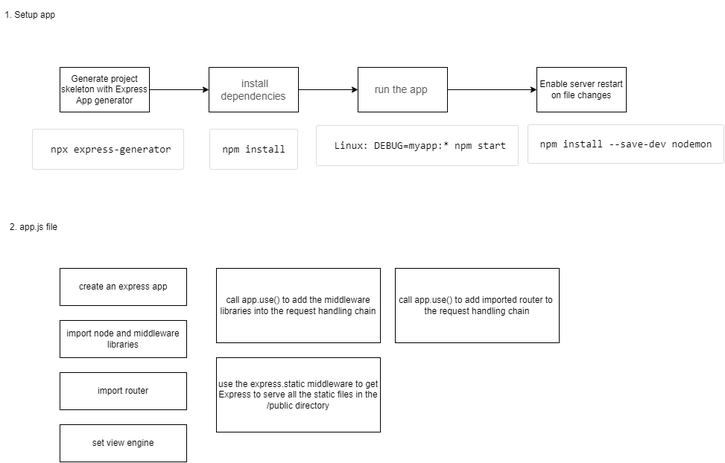
This is Setup.png from f2xiao/express_library, a draw.io export, as it was before one commit. Source tidied: cells renumbered, new cells last; positions are measured from the earlier drawing's top-left corner, leaving out a move shared by most shapes.
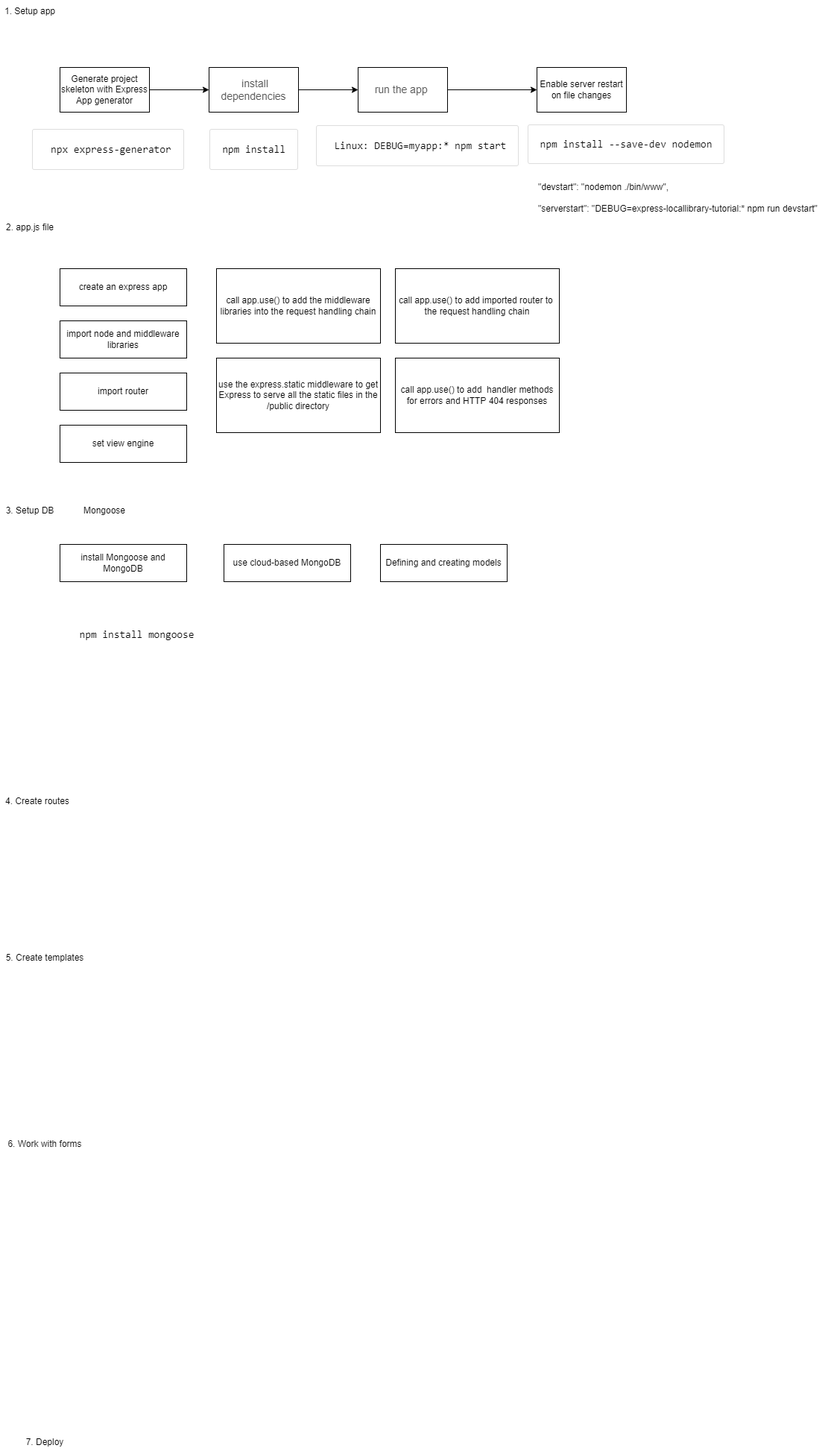
The same file after the commit.

Change to the diagram source:
```diff
@@ -30,7 +30,7 @@
       <mxGeometry x="440" y="180" width="240" height="30" as="geometry" />
     </mxCell>
     <mxCell id="11" value="1. Setup app" style="text;html=1;strokeColor=none;fillColor=none;align=center;verticalAlign=middle;whiteSpace=wrap;rounded=0;" parent="1" vertex="1">
-      <mxGeometry width="80" height="40" as="geometry" />
+      <mxGeometry width="80" height="30" as="geometry" />
     </mxCell>
     <mxCell id="12" value="Enable server restart on file changes" style="whiteSpace=wrap;html=1;rounded=0;" parent="1" vertex="1">
       <mxGeometry x="720" y="90" width="120" height="60" as="geometry" />
@@ -39,7 +39,7 @@
       <mxGeometry x="720" y="185" width="240" height="30" as="geometry" />
     </mxCell>
     <mxCell id="14" value="2. app.js file" style="text;html=1;strokeColor=none;fillColor=none;align=center;verticalAlign=middle;whiteSpace=wrap;rounded=0;" parent="1" vertex="1">
-      <mxGeometry y="290" width="90" height="30" as="geometry" />
+      <mxGeometry y="290" width="80" height="30" as="geometry" />
     </mxCell>
     <mxCell id="15" value="create an express app" style="rounded=0;whiteSpace=wrap;html=1;" parent="1" vertex="1">
       <mxGeometry x="80" y="360" width="170" height="50" as="geometry" />
@@ -59,8 +59,44 @@
     <mxCell id="20" value="use the express.static middleware to get Express to serve all the static files in the /public directory" style="rounded=0;whiteSpace=wrap;html=1;" parent="1" vertex="1">
       <mxGeometry x="290" y="480" width="220" height="100" as="geometry" />
     </mxCell>
-    <mxCell id="21" value="call app.use() to add imported router to&amp;nbsp; the request handling chain" style="rounded=0;whiteSpace=wrap;html=1;" parent="1" vertex="1">
+    <mxCell id="21" value="call app.use() to add imported router to&amp;nbsp; the request handling chain" style="rounded=0;whiteSpace=wrap;html=1;align=center;" parent="1" vertex="1">
       <mxGeometry x="530" y="360" width="220" height="100" as="geometry" />
     </mxCell>
+    <mxCell id="22" value="3. Setup DB" style="text;html=1;strokeColor=none;fillColor=none;align=center;verticalAlign=middle;whiteSpace=wrap;rounded=0;" parent="1" vertex="1">
+      <mxGeometry y="670" width="80" height="30" as="geometry" />
+    </mxCell>
+    <mxCell id="23" value="4. Create routes" style="text;html=1;strokeColor=none;fillColor=none;align=center;verticalAlign=middle;whiteSpace=wrap;rounded=0;" parent="1" vertex="1">
+      <mxGeometry y="1060" width="100" height="30" as="geometry" />
+    </mxCell>
+    <mxCell id="24" value="5. Create templates" style="text;html=1;strokeColor=none;fillColor=none;align=center;verticalAlign=middle;whiteSpace=wrap;rounded=0;" parent="1" vertex="1">
+      <mxGeometry y="1270" width="120" height="30" as="geometry" />
+    </mxCell>
+    <mxCell id="25" value="6. Work with forms" style="text;html=1;strokeColor=none;fillColor=none;align=center;verticalAlign=middle;whiteSpace=wrap;rounded=0;" parent="1" vertex="1">
+      <mxGeometry y="1520" width="120" height="30" as="geometry" />
+    </mxCell>
+    <mxCell id="26" value="7. Deploy" style="text;html=1;strokeColor=none;fillColor=none;align=center;verticalAlign=middle;whiteSpace=wrap;rounded=0;" parent="1" vertex="1">
+      <mxGeometry y="1920" width="120" height="30" as="geometry" />
+    </mxCell>
+    <mxCell id="27" value=" &quot;devstart&quot;: &quot;nodemon ./bin/www&quot;,&lt;br/&gt;&lt;br&gt;    &quot;serverstart&quot;: &quot;DEBUG=express-locallibrary-tutorial:* npm run devstart&quot;" style="text;html=1;align=left;verticalAlign=middle;strokeColor=none;fillColor=none;fontSize=12;fontFamily=Helvetica;fontColor=default;" parent="1" vertex="1">
+      <mxGeometry x="720" y="240" width="390" height="50" as="geometry" />
+    </mxCell>
+    <mxCell id="28" value="&lt;p&gt;&lt;font style=&quot;font-size: 12px ; background-color: rgb(255 , 255 , 255)&quot;&gt;call app.use() to add&amp;nbsp;&amp;nbsp;handler methods for errors and HTTP 404 responses&lt;/font&gt;&lt;/p&gt;" style="rounded=0;whiteSpace=wrap;html=1;align=center;" parent="1" vertex="1">
+      <mxGeometry x="530" y="480" width="220" height="100" as="geometry" />
+    </mxCell>
+    <mxCell id="29" value="Mongoose" style="text;html=1;strokeColor=none;fillColor=none;align=center;verticalAlign=middle;whiteSpace=wrap;rounded=0;labelBackgroundColor=#FFFFFF;fontFamily=Helvetica;fontSize=12;fontColor=#000000;" parent="1" vertex="1">
+      <mxGeometry x="110" y="670" width="60" height="30" as="geometry" />
+    </mxCell>
+    <mxCell id="30" value="install Mongoose and MongoDB" style="rounded=0;whiteSpace=wrap;html=1;" parent="1" vertex="1">
+      <mxGeometry x="80" y="730" width="170" height="50" as="geometry" />
+    </mxCell>
+    <mxCell id="31" value="&lt;pre class=&quot;brush: bash notranslate&quot; style=&quot;box-sizing: border-box ; overflow-wrap: break-word ; font-size: 14px ; padding: 1rem 2.5rem 1rem 1rem ; margin-top: 1rem ; margin-bottom: 2rem ; border: 1px solid transparent&quot;&gt;&lt;code style=&quot;box-sizing: border-box ; background: none ; padding: 0px&quot;&gt;&lt;span class=&quot;token function&quot; style=&quot;box-sizing: border-box&quot;&gt;npm&lt;/span&gt; &lt;span class=&quot;token function&quot; style=&quot;box-sizing: border-box&quot;&gt;install&lt;/span&gt; mongoose&lt;/code&gt;&lt;/pre&gt;" style="text;html=1;align=center;verticalAlign=middle;strokeColor=none;fillColor=none;fontSize=12;fontFamily=Helvetica;fontColor=#000000;" parent="1" vertex="1">
+      <mxGeometry x="80" y="810" width="230" height="100" as="geometry" />
+    </mxCell>
+    <mxCell id="32" value="use cloud-based MongoDB" style="rounded=0;whiteSpace=wrap;html=1;" parent="1" vertex="1">
+      <mxGeometry x="300" y="730" width="170" height="50" as="geometry" />
+    </mxCell>
+    <mxCell id="33" value="Defining and creating models" style="rounded=0;whiteSpace=wrap;html=1;labelBackgroundColor=#FFFFFF;fontFamily=Helvetica;fontSize=12;fontColor=#000000;fillColor=none;gradientColor=none;" parent="1" vertex="1">
+      <mxGeometry x="510" y="730" width="170" height="50" as="geometry" />
+    </mxCell>
   </root>
 </mxGraphModel>
```
